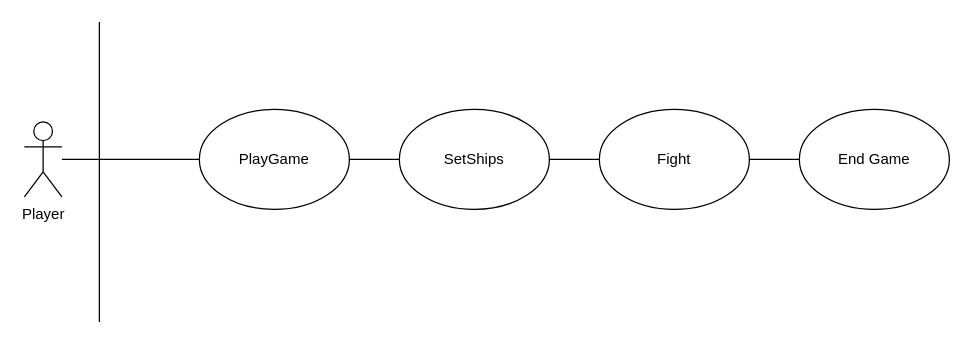
Above: page "USECASE tổng quát" (2 of 7) of Untitled Diagram.drawio in huytruengusi/Battleship-OOP (draw.io), before the change. Source tidied: cells renumbered, new cells numbered last; positions are measured from the earlier drawing's top-left corner, leaving out a move shared by most shapes. Both pictures are drawn from the tidied source at 125%, with x=0, y=0 at pixel (24, 21).
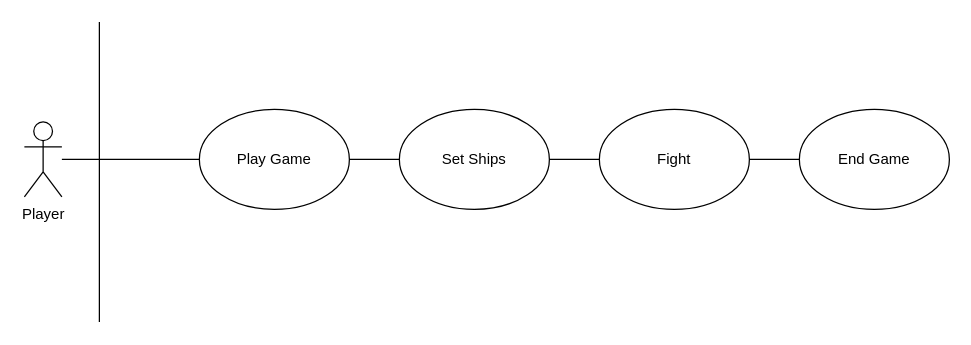
Above is the later version.

The edit, as a diff of the source:
```diff
@@
 <mxGraphModel>
   <root>
     <mxCell id="0" />
     <mxCell id="1" parent="0" />
     <mxCell id="2" value="Player" style="shape=umlActor;verticalLabelPosition=bottom;verticalAlign=top;html=1;outlineConnect=0;strokeColor=default;" parent="1" vertex="1">
       <mxGeometry y="80" width="30" height="60" as="geometry" />
     </mxCell>
     <mxCell id="3" style="endArrow=none;html=1;rounded=0;" parent="1" edge="1" source="2">
       <mxGeometry relative="1" as="geometry">
         <mxPoint x="140" y="110" as="targetPoint" />
       </mxGeometry>
     </mxCell>
-    <mxCell id="4" value="PlayGame" style="ellipse;whiteSpace=wrap;html=1;strokeColor=default;" parent="1" vertex="1">
+    <mxCell id="4" value="Play Game" style="ellipse;whiteSpace=wrap;html=1;strokeColor=default;" parent="1" vertex="1">
       <mxGeometry x="140" y="70" width="120" height="80" as="geometry" />
     </mxCell>
     <mxCell id="5" style="endArrow=none;html=1;rounded=0;exitX=1;exitY=0.5;exitDx=0;exitDy=0;entryX=0;entryY=0.5;entryDx=0;entryDy=0;" parent="1" edge="1" source="4" target="6">
       <mxGeometry relative="1" as="geometry" />
     </mxCell>
-    <mxCell id="6" value="SetShips" style="ellipse;whiteSpace=wrap;html=1;strokeColor=default;" parent="1" vertex="1">
+    <mxCell id="6" value="Set Ships" style="ellipse;whiteSpace=wrap;html=1;strokeColor=default;" parent="1" vertex="1">
       <mxGeometry x="300" y="70" width="120" height="80" as="geometry" />
     </mxCell>
     <mxCell id="7" value="Fight" style="ellipse;whiteSpace=wrap;html=1;strokeColor=default;" parent="1" vertex="1">
       <mxGeometry x="460" y="70" width="120" height="80" as="geometry" />
     </mxCell>
     <mxCell id="8" style="endArrow=none;html=1;rounded=0;entryX=0;entryY=0.5;entryDx=0;entryDy=0;exitX=1;exitY=0.5;exitDx=0;exitDy=0;" parent="1" edge="1" source="6" target="7">
       <mxGeometry relative="1" as="geometry" />
     </mxCell>
     <mxCell id="9" value="End Game" style="ellipse;whiteSpace=wrap;html=1;strokeColor=default;" parent="1" vertex="1">
       <mxGeometry x="620" y="70" width="120" height="80" as="geometry" />
     </mxCell>
     <mxCell id="10" style="endArrow=none;html=1;rounded=0;entryX=0;entryY=0.5;entryDx=0;entryDy=0;exitX=1;exitY=0.5;exitDx=0;exitDy=0;" parent="1" edge="1" source="7" target="9">
       <mxGeometry relative="1" as="geometry" />
     </mxCell>
     <mxCell id="11" style="endArrow=none;html=1;rounded=0;" parent="1" edge="1">
       <mxGeometry relative="1" as="geometry">
         <mxPoint x="60" y="240" as="sourcePoint" />
         <mxPoint x="60" as="targetPoint" />
       </mxGeometry>
     </mxCell>
   </root>
 </mxGraphModel>
```
